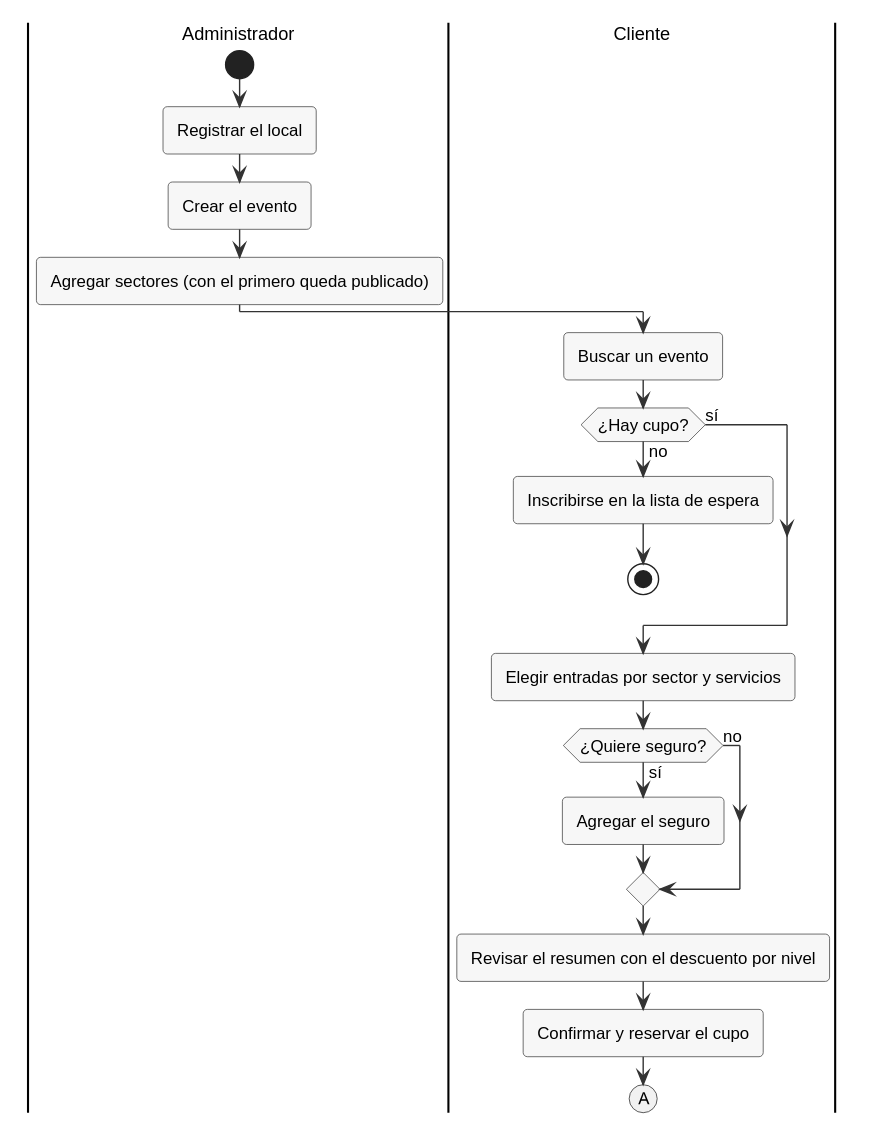
MaximoAmbro/TrabajoDeDiploma keeps this PlantUML diagram as docs/diagramas/actividad-1-armado.svg. Above is the earlier version.
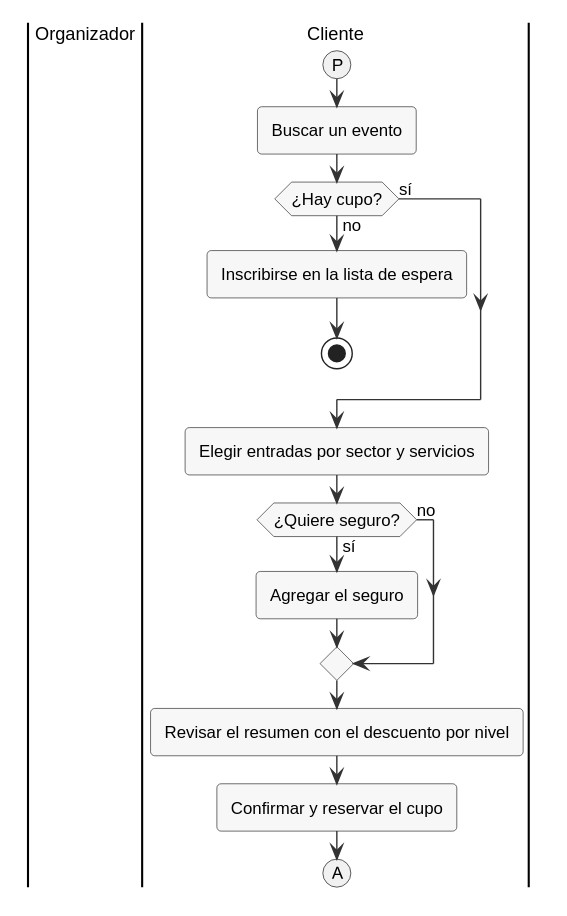
The same diagram one commit later.

Diff of the diagram source:
```diff
@@ -8,12 +8,9 @@
 skinparam ActivityBackgroundColor #F7F7F7
 skinparam ActivityDiamondBackgroundColor #F7F7F7
 
-|Administrador|
-start
-:Registrar el local;
-:Crear el evento;
-:Agregar sectores (con el primero queda publicado);
+|Organizador|
 |Cliente|
+(P)
 :Buscar un evento;
 if (¿Hay cupo?) then (no)
   :Inscribirse en la lista de espera;
```
